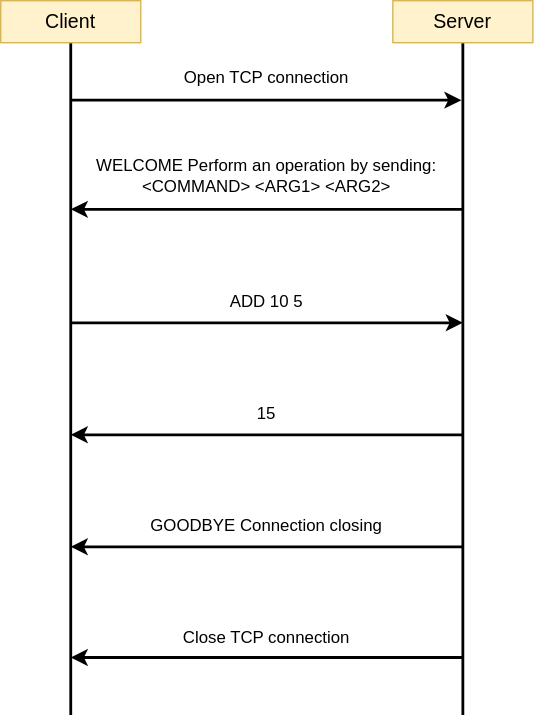
Earlier version of the draw.io export specs/wolff-heig_adamrab187/images/protocol-Successful-Operation-Example.svg (wolff-heig/dai-lab-protocoldesign). Source tidied: cells renumbered, new cells last; positions are measured from the earlier drawing's top-left corner, leaving out a move shared by most shapes.
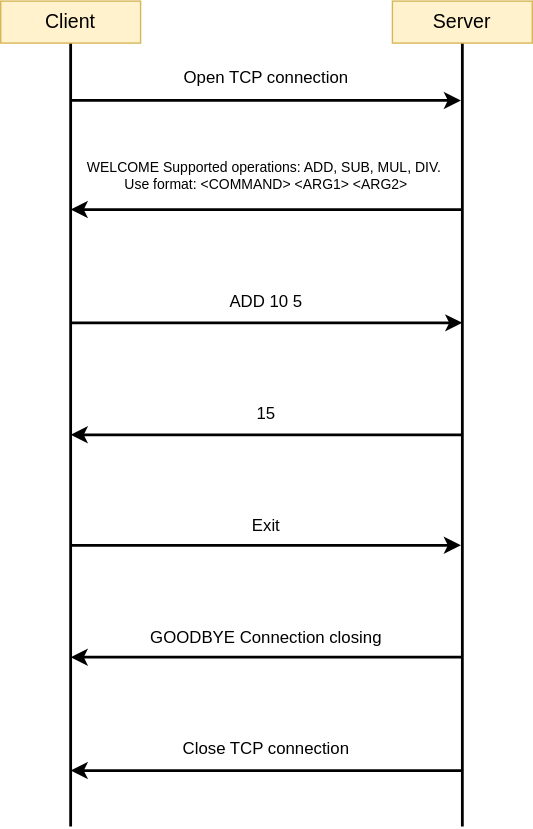
After the change.

Diff of the diagram source:
```diff
@@ -3,10 +3,10 @@
     <mxCell id="0" />
     <mxCell id="1" parent="0" />
     <mxCell id="2" style="line;strokeWidth=2;direction=south;html=1;perimeter=backbonePerimeter;points=[];outlineConnect=0;" parent="1" vertex="1">
-      <mxGeometry x="45" y="30" width="10" height="480" as="geometry" />
+      <mxGeometry x="45" y="30" width="10" height="560" as="geometry" />
     </mxCell>
     <mxCell id="3" style="line;strokeWidth=2;direction=south;html=1;perimeter=backbonePerimeter;" parent="1" vertex="1">
-      <mxGeometry x="325" y="30" width="10" height="480" as="geometry" />
+      <mxGeometry x="325" y="30" width="10" height="560" as="geometry" />
     </mxCell>
     <mxCell id="4" value="&lt;font style=&quot;font-size: 14px;&quot;&gt;Client&lt;/font&gt;" style="text;html=1;align=center;verticalAlign=middle;whiteSpace=wrap;rounded=0;rotation=0;fillColor=#fff2cc;strokeColor=#d6b656;" parent="1" vertex="1">
       <mxGeometry width="100" height="30" as="geometry" />
@@ -35,7 +35,7 @@
         <mxPoint x="50" y="149" as="targetPoint" />
       </mxGeometry>
     </mxCell>
-    <mxCell id="10" value="&lt;div&gt;WELCOME Perform an operation by sending: &amp;lt;COMMAND&amp;gt; &amp;lt;ARG1&amp;gt; &amp;lt;ARG2&amp;gt;&lt;/div&gt;" style="text;strokeColor=none;align=center;fillColor=none;html=1;verticalAlign=middle;whiteSpace=wrap;rounded=0;" parent="1" vertex="1">
+    <mxCell id="10" value="&lt;div style=&quot;font-size: 10px;&quot;&gt;WELCOME Supported operations: ADD, SUB, MUL, DIV.&amp;nbsp;&lt;/div&gt;&lt;div style=&quot;font-size: 10px;&quot;&gt;Use format: &amp;lt;COMMAND&amp;gt; &amp;lt;ARG1&amp;gt; &amp;lt;ARG2&amp;gt;&lt;/div&gt;" style="text;strokeColor=none;align=center;fillColor=none;html=1;verticalAlign=middle;whiteSpace=wrap;rounded=0;" parent="1" vertex="1">
       <mxGeometry x="60" y="110" width="260" height="30" as="geometry" />
     </mxCell>
     <mxCell id="11" value="&lt;div&gt;ADD 10 5&lt;/div&gt;" style="text;strokeColor=none;align=center;fillColor=none;html=1;verticalAlign=middle;whiteSpace=wrap;rounded=0;" parent="1" vertex="1">
@@ -52,12 +52,12 @@
     </mxCell>
     <mxCell id="14" style="endArrow=classic;html=1;rounded=0;strokeWidth=2;" parent="1" edge="1">
       <mxGeometry relative="1" as="geometry">
-        <mxPoint x="330" y="390" as="sourcePoint" />
-        <mxPoint x="50" y="390" as="targetPoint" />
+        <mxPoint x="330" y="550" as="sourcePoint" />
+        <mxPoint x="50" y="550" as="targetPoint" />
       </mxGeometry>
     </mxCell>
     <mxCell id="15" value="&lt;div&gt;GOODBYE Connection closing&lt;/div&gt;" style="text;strokeColor=none;align=center;fillColor=none;html=1;verticalAlign=middle;whiteSpace=wrap;rounded=0;" parent="1" vertex="1">
-      <mxGeometry x="60" y="360" width="260" height="30" as="geometry" />
+      <mxGeometry x="60" y="440" width="260" height="30" as="geometry" />
     </mxCell>
     <mxCell id="16" style="endArrow=classic;html=1;rounded=0;strokeWidth=2;" parent="1" edge="1">
       <mxGeometry relative="1" as="geometry">
@@ -66,7 +66,15 @@
       </mxGeometry>
     </mxCell>
     <mxCell id="17" value="&lt;div&gt;Close TCP connection&lt;/div&gt;" style="text;strokeColor=none;align=center;fillColor=none;html=1;verticalAlign=middle;whiteSpace=wrap;rounded=0;" parent="1" vertex="1">
-      <mxGeometry x="60" y="440" width="260" height="30" as="geometry" />
+      <mxGeometry x="60" y="520" width="260" height="30" as="geometry" />
     </mxCell>
+    <mxCell id="18" style="endArrow=classic;html=1;rounded=0;strokeWidth=2;" parent="1" edge="1" source="2">
+      <mxGeometry relative="1" as="geometry">
+        <mxPoint x="329" y="389" as="targetPoint" />
+      </mxGeometry>
+    </mxCell>
+    <mxCell id="19" value="&lt;div&gt;Exit&lt;/div&gt;" style="text;strokeColor=none;align=center;fillColor=none;html=1;verticalAlign=middle;whiteSpace=wrap;rounded=0;" parent="1" vertex="1">
+      <mxGeometry x="60" y="360" width="260" height="30" as="geometry" />
+    </mxCell>
   </root>
 </mxGraphModel>
```
